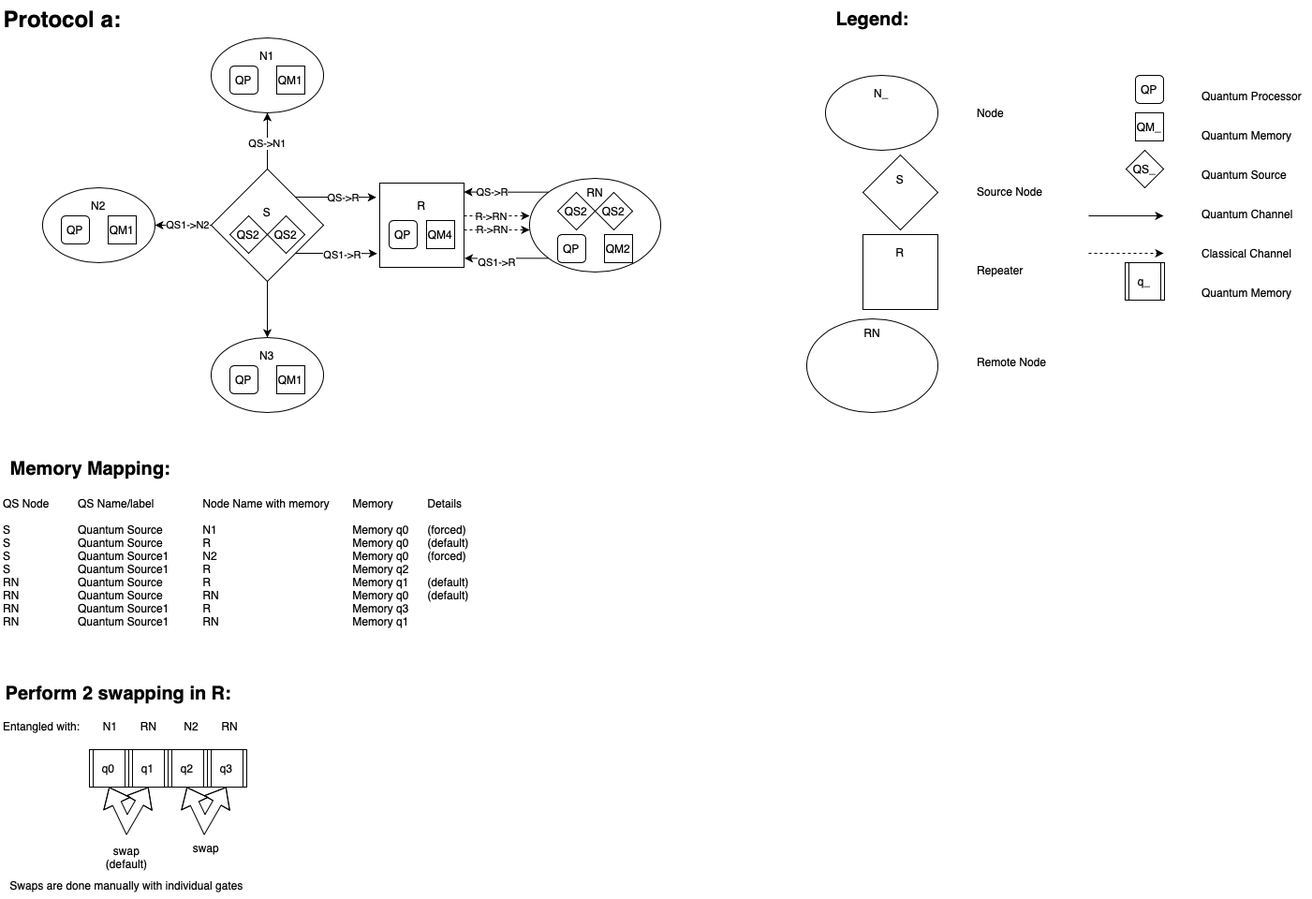
This is docs/protocol-a.drawio.png from 4coding4/extended-quantum-network, a draw.io export, as it was before one commit. Source tidied: cells renumbered, new cells last; positions are measured from the earlier drawing's top-left corner, leaving out a move shared by most shapes.
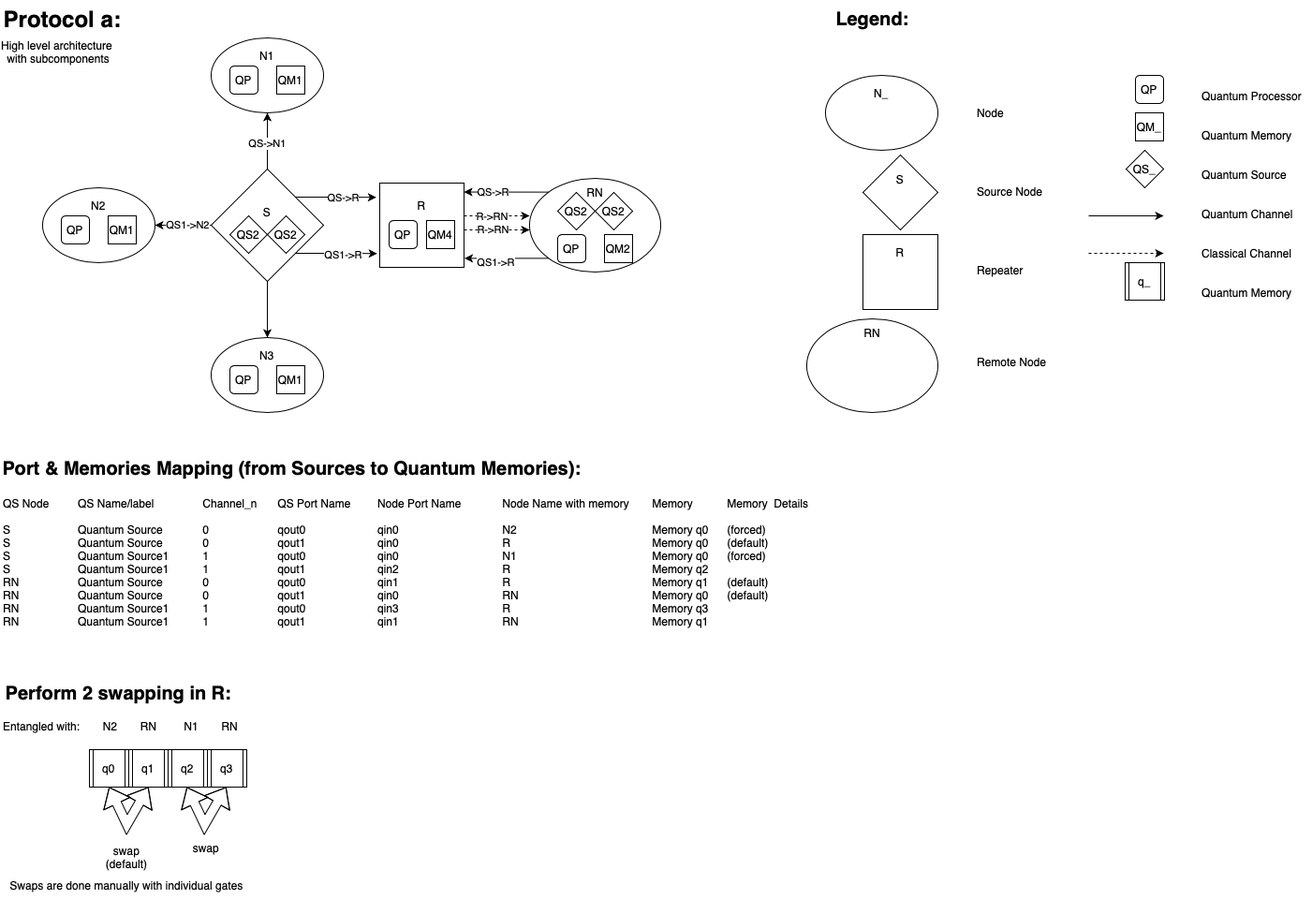
Above is the later version.

Commit message:
Port & Memories Mapping (from Sources to Quantum Memories)

The edit, as a diff of the source:
```diff
@@ -177,9 +177,6 @@
     <mxCell id="52" value="Legend:" style="text;strokeColor=none;fillColor=none;html=1;fontSize=20;fontStyle=1;verticalAlign=middle;align=center;" parent="1" vertex="1">
       <mxGeometry x="881" width="100" height="40" as="geometry" />
     </mxCell>
-    <mxCell id="53" value="Memory Mapping:" style="text;strokeColor=none;fillColor=none;html=1;fontSize=20;fontStyle=1;verticalAlign=middle;align=center;" parent="1" vertex="1">
-      <mxGeometry x="1" y="480" width="190" height="40" as="geometry" />
-    </mxCell>
     <mxCell id="54" value="Perform 2 swapping in R:" style="text;strokeColor=none;fillColor=none;html=1;fontSize=20;fontStyle=1;verticalAlign=middle;align=center;" parent="1" vertex="1">
       <mxGeometry x="1" y="720" width="250" height="40" as="geometry" />
     </mxCell>
@@ -223,11 +220,17 @@
     <mxCell id="64" value="Swaps are done manually with individual gates" style="text;html=1;align=center;verticalAlign=middle;whiteSpace=wrap;rounded=0;" parent="1" vertex="1">
       <mxGeometry y="930" width="270" height="30" as="geometry" />
     </mxCell>
-    <mxCell id="65" value="&lt;div&gt;QS Node&lt;span style=&quot;white-space: pre;&quot;&gt;&#9;&#9;QS Name/label&#9;&#9;Node Name with memory&#9;Memory&#9;&#9;Details&lt;/span&gt;&lt;br&gt;&lt;/div&gt;&lt;div&gt;&lt;span style=&quot;white-space: pre;&quot;&gt;&lt;br&gt;&lt;/span&gt;&lt;/div&gt;S&lt;span style=&quot;white-space: pre;&quot;&gt;&#9;&lt;/span&gt;&lt;span style=&quot;white-space: pre;&quot;&gt;&#9;&lt;/span&gt;&lt;span style=&quot;white-space: pre;&quot;&gt;&#9;Quantum Source&lt;span style=&quot;white-space: pre;&quot;&gt;&#9;&lt;/span&gt;&lt;span style=&quot;white-space: pre;&quot;&gt;&#9;&lt;/span&gt;&lt;span style=&quot;white-space: pre;&quot;&gt;N1 &lt;span style=&quot;white-space: pre;&quot;&gt;&#9;&lt;span style=&quot;white-space: pre;&quot;&gt;&#9;&lt;span style=&quot;white-space: pre;&quot;&gt;&#9;&lt;/span&gt;&lt;span style=&quot;white-space: pre;&quot;&gt;&#9;&lt;/span&gt;&lt;span style=&quot;white-space: pre;&quot;&gt;&#9;&lt;/span&gt;&lt;span style=&quot;white-space: pre;&quot;&gt;&#9;&lt;/span&gt;&lt;/span&gt;&lt;/span&gt;Memory q0 &lt;span style=&quot;white-space: pre;&quot;&gt;&#9;&lt;/span&gt;(forced)&lt;br&gt;&lt;/span&gt;&lt;/span&gt;&lt;div&gt;S&lt;span style=&quot;white-space: pre;&quot;&gt;&#9;&lt;/span&gt;&lt;span style=&quot;white-space: pre;&quot;&gt;&#9;&lt;/span&gt;&lt;span style=&quot;white-space: pre;&quot;&gt;&#9;Quantum Source&#9;&#9;R&lt;span style=&quot;white-space: pre;&quot;&gt;&#9;&lt;/span&gt;&lt;/span&gt;&lt;span style=&quot;white-space: pre;&quot;&gt;&lt;span style=&quot;white-space: pre;&quot;&gt; &lt;span style=&quot;white-space: pre;&quot;&gt;&#9;&lt;span style=&quot;white-space: pre;&quot;&gt;&#9;&lt;/span&gt;&lt;span style=&quot;white-space: pre;&quot;&gt;&#9;&lt;/span&gt;&lt;span style=&quot;white-space: pre;&quot;&gt;&#9;&lt;/span&gt;&lt;span style=&quot;white-space: pre;&quot;&gt;&#9;&lt;/span&gt;&lt;/span&gt;Memory q0  &lt;span style=&quot;white-space: pre;&quot;&gt;&#9;&lt;/span&gt;(default)&lt;/span&gt;&lt;/span&gt;&lt;/div&gt;&lt;div&gt;S&lt;span style=&quot;white-space: pre;&quot;&gt;&#9;&lt;/span&gt;&lt;span style=&quot;white-space: pre;&quot;&gt;&#9;&lt;/span&gt;&lt;span style=&quot;white-space: pre;&quot;&gt;&#9;Quantum Source1&#9;&#9;N2 &#9;&lt;span style=&quot;white-space: pre;&quot;&gt;&#9;&lt;span style=&quot;white-space: pre;&quot;&gt;&#9;&lt;/span&gt;&lt;span style=&quot;white-space: pre;&quot;&gt;&#9;&lt;/span&gt;&lt;span style=&quot;white-space: pre;&quot;&gt;&#9;&lt;/span&gt;&lt;span style=&quot;white-space: pre;&quot;&gt;&#9;&lt;/span&gt;&lt;/span&gt;Memory q0 &#9;(forced)&lt;br&gt;&lt;/span&gt;&lt;div&gt;S&lt;span style=&quot;white-space: pre;&quot;&gt;&#9;&lt;/span&gt;&lt;span style=&quot;white-space: pre;&quot;&gt;&#9;&lt;/span&gt;&lt;span style=&quot;white-space: pre;&quot;&gt;&#9;Quantum Source1&#9;&#9;R&#9;&lt;/span&gt;&lt;span style=&quot;white-space: pre;&quot;&gt; &lt;span style=&quot;white-space: pre;&quot;&gt;&#9;&lt;span style=&quot;white-space: pre;&quot;&gt;&#9;&lt;/span&gt;&lt;span style=&quot;white-space: pre;&quot;&gt;&#9;&lt;/span&gt;&lt;span style=&quot;white-space: pre;&quot;&gt;&#9;&lt;/span&gt;&lt;span style=&quot;white-space: pre;&quot;&gt;&#9;&lt;/span&gt;&lt;/span&gt;Memory q2 &lt;span style=&quot;white-space: pre;&quot;&gt;&#9;&lt;/span&gt;&lt;/span&gt;&lt;/div&gt;&lt;/div&gt;&lt;div&gt;RN&lt;span style=&quot;white-space: pre;&quot;&gt;&#9;&lt;/span&gt;&lt;span style=&quot;white-space: pre;&quot;&gt;&#9;&lt;/span&gt;&lt;span style=&quot;white-space: pre;&quot;&gt;&#9;Quantum Source&#9;&#9;R &#9;&lt;span style=&quot;white-space: pre;&quot;&gt;&#9;&lt;span style=&quot;white-space: pre;&quot;&gt;&#9;&lt;/span&gt;&lt;span style=&quot;white-space: pre;&quot;&gt;&#9;&lt;/span&gt;&lt;span style=&quot;white-space: pre;&quot;&gt;&#9;&lt;/span&gt;&lt;span style=&quot;white-space: pre;&quot;&gt;&#9;&lt;/span&gt;&lt;/span&gt;Memory q1 &#9;(default)&lt;br&gt;&lt;/span&gt;&lt;div&gt;RN&lt;span style=&quot;white-space: pre;&quot;&gt;&#9;&lt;/span&gt;&lt;span style=&quot;white-space: pre;&quot;&gt;&#9;&lt;/span&gt;&lt;span style=&quot;white-space: pre;&quot;&gt;&#9;Quantum Source&#9;&#9;RN&#9;&lt;/span&gt;&lt;span style=&quot;white-space: pre;&quot;&gt; &lt;span style=&quot;white-space: pre;&quot;&gt;&#9;&lt;span style=&quot;white-space: pre;&quot;&gt;&#9;&lt;/span&gt;&lt;span style=&quot;white-space: pre;&quot;&gt;&#9;&lt;/span&gt;&lt;span style=&quot;white-space: pre;&quot;&gt;&#9;&lt;/span&gt;&lt;span style=&quot;white-space: pre;&quot;&gt;&#9;&lt;/span&gt;&lt;/span&gt;Memory q0  &#9;(default)&lt;/span&gt;&lt;/div&gt;&lt;div&gt;RN&lt;span style=&quot;white-space: pre;&quot;&gt;&#9;&lt;/span&gt;&lt;span style=&quot;white-space: pre;&quot;&gt;&#9;&lt;/span&gt;&lt;span style=&quot;white-space: pre;&quot;&gt;&#9;Quantum Source1&#9;&#9;R &#9;&lt;span style=&quot;white-space: pre;&quot;&gt;&#9;&lt;span style=&quot;white-space: pre;&quot;&gt;&#9;&lt;/span&gt;&lt;span style=&quot;white-space: pre;&quot;&gt;&#9;&lt;/span&gt;&lt;span style=&quot;white-space: pre;&quot;&gt;&#9;&lt;/span&gt;&lt;span style=&quot;white-space: pre;&quot;&gt;&#9;&lt;/span&gt;&lt;/span&gt;Memory q3&#9;&lt;br&gt;&lt;/span&gt;&lt;div&gt;RN&lt;span style=&quot;white-space: pre;&quot;&gt;&#9;&lt;/span&gt;&lt;span style=&quot;white-space: pre;&quot;&gt;&#9;&lt;/span&gt;&lt;span style=&quot;white-space: pre;&quot;&gt;&#9;Quantum Source1&#9;&#9;RN&#9;&lt;/span&gt;&lt;span style=&quot;white-space: pre;&quot;&gt; &lt;span style=&quot;white-space: pre;&quot;&gt;&#9;&lt;span style=&quot;white-space: pre;&quot;&gt;&#9;&lt;/span&gt;&lt;span style=&quot;white-space: pre;&quot;&gt;&#9;&lt;/span&gt;&lt;span style=&quot;white-space: pre;&quot;&gt;&#9;&lt;/span&gt;&lt;span style=&quot;white-space: pre;&quot;&gt;&#9;&lt;/span&gt;&lt;/span&gt;Memory q1 &#9;&lt;/span&gt;&lt;/div&gt;&lt;/div&gt;&lt;/div&gt;" style="text;html=1;align=left;verticalAlign=middle;whiteSpace=wrap;rounded=0;" parent="1" vertex="1">
-      <mxGeometry x="1" y="520" width="590" height="160" as="geometry" />
-    </mxCell>
-    <mxCell id="66" value="Entangled with:&lt;span style=&quot;white-space: pre;&quot;&gt;&#9;N1&lt;span style=&quot;white-space: pre;&quot;&gt;&#9;    &lt;/span&gt;&lt;span style=&quot;white-space: pre;&quot;&gt;RN&lt;span style=&quot;white-space: pre;&quot;&gt;&#9;  &lt;/span&gt;&lt;span style=&quot;white-space: pre;&quot;&gt;N2&lt;span style=&quot;white-space: pre;&quot;&gt;&#9;      &lt;/span&gt;&lt;span style=&quot;white-space: pre;&quot;&gt;RN&lt;/span&gt;&lt;span style=&quot;white-space: pre;&quot;&gt;&#9;&lt;/span&gt;&lt;/span&gt;&lt;/span&gt;&lt;/span&gt;" style="text;html=1;align=left;verticalAlign=middle;whiteSpace=wrap;rounded=0;" parent="1" vertex="1">
+    <mxCell id="66" value="Entangled with:&lt;span style=&quot;white-space: pre;&quot;&gt;&#9;N2&lt;span style=&quot;white-space: pre;&quot;&gt;&#9;    &lt;/span&gt;&lt;span style=&quot;white-space: pre;&quot;&gt;RN&lt;span style=&quot;white-space: pre;&quot;&gt;&#9;  &lt;/span&gt;&lt;span style=&quot;white-space: pre;&quot;&gt;N1&lt;span style=&quot;white-space: pre;&quot;&gt;&#9;      &lt;/span&gt;&lt;span style=&quot;white-space: pre;&quot;&gt;RN&lt;/span&gt;&lt;span style=&quot;white-space: pre;&quot;&gt;&#9;&lt;/span&gt;&lt;/span&gt;&lt;/span&gt;&lt;/span&gt;" style="text;html=1;align=left;verticalAlign=middle;whiteSpace=wrap;rounded=0;" parent="1" vertex="1">
       <mxGeometry x="1" y="760" width="320" height="30" as="geometry" />
     </mxCell>
+    <mxCell id="67" value="Port &amp;amp; Memories Mapping (from Sources to Quantum Memories):" style="text;strokeColor=none;fillColor=none;html=1;fontSize=20;fontStyle=1;verticalAlign=middle;align=center;" parent="1" vertex="1">
+      <mxGeometry x="1" y="480" width="620" height="40" as="geometry" />
+    </mxCell>
+    <mxCell id="68" value="&lt;div&gt;QS Node&lt;span style=&quot;white-space: pre;&quot;&gt;&#9;&#9;QS Name/label&#9;&#9;Channel_n&lt;span style=&quot;white-space: pre;&quot;&gt;&#9;&lt;/span&gt;QS Port Name&lt;span style=&quot;white-space: pre;&quot;&gt;&#9;&lt;/span&gt;&lt;span style=&quot;white-space: pre;&quot;&gt;&#9;Node Port Name&lt;/span&gt;&lt;span style=&quot;white-space: pre;&quot;&gt;&#9;&lt;/span&gt;&lt;span style=&quot;white-space: pre;&quot;&gt;&#9;&lt;/span&gt;Node Name with memory&#9;Memory&#9;&#9;&lt;/span&gt;&lt;span style=&quot;white-space: pre;&quot;&gt;Memory  &lt;/span&gt;&lt;span style=&quot;white-space: pre;&quot;&gt;Details&lt;/span&gt;&lt;/div&gt;&lt;div&gt;&lt;span style=&quot;white-space: pre;&quot;&gt;&lt;br&gt;&lt;/span&gt;&lt;/div&gt;S&lt;span style=&quot;white-space: pre;&quot;&gt;&#9;&lt;/span&gt;&lt;span style=&quot;white-space: pre;&quot;&gt;&#9;&lt;/span&gt;&lt;span style=&quot;white-space: pre;&quot;&gt;&#9;Quantum Source&lt;span style=&quot;white-space: pre;&quot;&gt;&#9;&lt;/span&gt;&lt;span style=&quot;white-space: pre;&quot;&gt;&#9;0&lt;span style=&quot;white-space: pre;&quot;&gt;&#9;&lt;/span&gt;&lt;span style=&quot;white-space: pre;&quot;&gt;&#9;&lt;span style=&quot;white-space: pre;&quot;&gt;&#9;qout0&lt;span style=&quot;white-space: pre;&quot;&gt;&#9;&lt;/span&gt;&lt;span style=&quot;white-space: pre;&quot;&gt;&#9;&lt;/span&gt;&lt;span style=&quot;white-space: pre;&quot;&gt;&#9;&lt;/span&gt;&lt;/span&gt;&lt;span style=&quot;white-space: pre;&quot;&gt;qin0&lt;/span&gt;&lt;span style=&quot;white-space: pre;&quot;&gt;&#9;&lt;/span&gt;&lt;span style=&quot;white-space: pre;&quot;&gt;&#9;&lt;/span&gt;&lt;span style=&quot;white-space: pre;&quot;&gt;&#9;&lt;/span&gt;&lt;span style=&quot;white-space: pre;&quot;&gt;&#9;&lt;/span&gt;&lt;span style=&quot;white-space: pre;&quot;&gt;&#9;&lt;/span&gt;&lt;/span&gt;&lt;/span&gt;&lt;span style=&quot;white-space: pre;&quot;&gt;N2 &lt;span style=&quot;white-space: pre;&quot;&gt;&#9;&lt;span style=&quot;white-space: pre;&quot;&gt;&#9;&lt;span style=&quot;white-space: pre;&quot;&gt;&#9;&lt;/span&gt;&lt;span style=&quot;white-space: pre;&quot;&gt;&#9;&lt;/span&gt;&lt;span style=&quot;white-space: pre;&quot;&gt;&#9;&lt;/span&gt;&lt;span style=&quot;white-space: pre;&quot;&gt;&#9;&lt;/span&gt;&lt;/span&gt;&lt;/span&gt;Memory q0 &lt;span style=&quot;white-space: pre;&quot;&gt;&#9;&lt;/span&gt;(forced)&lt;br&gt;&lt;/span&gt;&lt;/span&gt;&lt;div&gt;S&lt;span style=&quot;white-space: pre;&quot;&gt;&#9;&lt;/span&gt;&lt;span style=&quot;white-space: pre;&quot;&gt;&#9;&lt;/span&gt;&lt;span style=&quot;white-space: pre;&quot;&gt;&#9;Quantum Source&#9;&#9;0&lt;span style=&quot;white-space: pre;&quot;&gt;&#9;&lt;/span&gt;&lt;span style=&quot;white-space: pre;&quot;&gt;&#9;&lt;span style=&quot;white-space: pre;&quot;&gt;&#9;&lt;/span&gt;&lt;/span&gt;&lt;/span&gt;&lt;span style=&quot;white-space: pre;&quot;&gt;qout1&lt;/span&gt;&lt;span style=&quot;white-space: pre;&quot;&gt;&#9;&#9;&#9;&lt;/span&gt;&lt;span style=&quot;white-space: pre;&quot;&gt;qin0&lt;/span&gt;&lt;span style=&quot;white-space: pre;&quot;&gt;&#9;&#9;&#9;&#9;&#9;R&#9;&lt;/span&gt;&lt;span style=&quot;white-space: pre;&quot;&gt; &#9;&#9;&#9;&#9;&#9;Memory q0  &#9;(default)&lt;/span&gt;&lt;/div&gt;&lt;div&gt;S&lt;span style=&quot;white-space: pre;&quot;&gt;&#9;&lt;/span&gt;&lt;span style=&quot;white-space: pre;&quot;&gt;&#9;&lt;/span&gt;&lt;span style=&quot;white-space: pre;&quot;&gt;&#9;Quantum Source1&#9;&#9;1&lt;span style=&quot;white-space: pre;&quot;&gt;&#9;&lt;/span&gt;&lt;span style=&quot;white-space: pre;&quot;&gt;&#9;&lt;span style=&quot;white-space: pre;&quot;&gt;&#9;&lt;/span&gt;&lt;/span&gt;&lt;/span&gt;&lt;span style=&quot;white-space: pre;&quot;&gt;qout0&lt;/span&gt;&lt;span style=&quot;white-space: pre;&quot;&gt;&#9;&#9;&#9;&lt;/span&gt;&lt;span style=&quot;white-space: pre;&quot;&gt;qin0&lt;/span&gt;&lt;span style=&quot;white-space: pre;&quot;&gt;&#9;&#9;&#9;&#9;&#9;&lt;/span&gt;&lt;span style=&quot;white-space: pre;&quot;&gt;N1 &#9;&lt;/span&gt;&lt;span style=&quot;white-space: pre;&quot;&gt;&#9;&#9;&#9;&#9;&#9;&lt;/span&gt;&lt;span style=&quot;white-space: pre;&quot;&gt;Memory q0 &#9;(forced)&lt;/span&gt;&lt;/div&gt;&lt;div&gt;&lt;div&gt;S&lt;span style=&quot;white-space: pre;&quot;&gt;&#9;&lt;/span&gt;&lt;span style=&quot;white-space: pre;&quot;&gt;&#9;&lt;/span&gt;&lt;span style=&quot;white-space: pre;&quot;&gt;&#9;Quantum Source1&#9;&#9;1&lt;span style=&quot;white-space: pre;&quot;&gt;&#9;&lt;/span&gt;&lt;span style=&quot;white-space: pre;&quot;&gt;&#9;&lt;span style=&quot;white-space: pre;&quot;&gt;&#9;&lt;/span&gt;&lt;/span&gt;&lt;/span&gt;&lt;span style=&quot;white-space: pre;&quot;&gt;qout1&lt;/span&gt;&lt;span style=&quot;white-space: pre;&quot;&gt;&#9;&#9;&#9;&lt;/span&gt;&lt;span style=&quot;white-space: pre;&quot;&gt;qin2&lt;/span&gt;&lt;span style=&quot;white-space: pre;&quot;&gt;&#9;&#9;&#9;&#9;&#9;R&#9;&lt;/span&gt;&lt;span style=&quot;white-space: pre;&quot;&gt; &#9;&#9;&#9;&#9;&#9;Memory q2 &#9;&lt;/span&gt;&lt;/div&gt;&lt;/div&gt;&lt;div&gt;RN&lt;span style=&quot;white-space: pre;&quot;&gt;&#9;&lt;/span&gt;&lt;span style=&quot;white-space: pre;&quot;&gt;&#9;&lt;/span&gt;&lt;span style=&quot;white-space: pre;&quot;&gt;&#9;Quantum Source&#9;&#9;0&lt;span style=&quot;white-space: pre;&quot;&gt;&#9;&lt;/span&gt;&lt;span style=&quot;white-space: pre;&quot;&gt;&#9;&lt;span style=&quot;white-space: pre;&quot;&gt;&#9;&lt;/span&gt;&lt;/span&gt;&lt;/span&gt;&lt;span style=&quot;white-space: pre;&quot;&gt;qout0&lt;/span&gt;&lt;span style=&quot;white-space: pre;&quot;&gt;&#9;&#9;&#9;&lt;/span&gt;&lt;span style=&quot;white-space: pre;&quot;&gt;qin1&lt;/span&gt;&lt;span style=&quot;white-space: pre;&quot;&gt;&#9;&#9;&#9;&#9;&#9;&lt;/span&gt;&lt;span style=&quot;white-space: pre;&quot;&gt;R &#9;&lt;/span&gt;&lt;span style=&quot;white-space: pre;&quot;&gt;&#9;&#9;&#9;&#9;&#9;&lt;/span&gt;&lt;span style=&quot;white-space: pre;&quot;&gt;Memory q1 &#9;(default)&lt;/span&gt;&lt;/div&gt;&lt;div&gt;&lt;div&gt;RN&lt;span style=&quot;white-space: pre;&quot;&gt;&#9;&lt;/span&gt;&lt;span style=&quot;white-space: pre;&quot;&gt;&#9;&lt;/span&gt;&lt;span style=&quot;white-space: pre;&quot;&gt;&#9;Quantum Source&#9;&#9;0&lt;span style=&quot;white-space: pre;&quot;&gt;&#9;&lt;/span&gt;&lt;span style=&quot;white-space: pre;&quot;&gt;&#9;&lt;span style=&quot;white-space: pre;&quot;&gt;&#9;&lt;/span&gt;&lt;/span&gt;&lt;/span&gt;&lt;span style=&quot;white-space: pre;&quot;&gt;qout1&lt;/span&gt;&lt;span style=&quot;white-space: pre;&quot;&gt;&#9;&#9;&#9;&lt;/span&gt;&lt;span style=&quot;white-space: pre;&quot;&gt;qin0&lt;/span&gt;&lt;span style=&quot;white-space: pre;&quot;&gt;&#9;&#9;&#9;&#9;&#9;RN&#9;&lt;/span&gt;&lt;span style=&quot;white-space: pre;&quot;&gt; &#9;&#9;&#9;&#9;&#9;Memory q0  &#9;(default)&lt;/span&gt;&lt;/div&gt;&lt;div&gt;RN&lt;span style=&quot;white-space: pre;&quot;&gt;&#9;&lt;/span&gt;&lt;span style=&quot;white-space: pre;&quot;&gt;&#9;&lt;/span&gt;&lt;span style=&quot;white-space: pre;&quot;&gt;&#9;Quantum Source1&#9;&#9;1&lt;span style=&quot;white-space: pre;&quot;&gt;&#9;&lt;/span&gt;&lt;span style=&quot;white-space: pre;&quot;&gt;&#9;&lt;span style=&quot;white-space: pre;&quot;&gt;&#9;&lt;/span&gt;&lt;/span&gt;&lt;/span&gt;&lt;span style=&quot;white-space: pre;&quot;&gt;qout0&lt;/span&gt;&lt;span style=&quot;white-space: pre;&quot;&gt;&#9;&#9;&#9;&lt;/span&gt;&lt;span style=&quot;white-space: pre;&quot;&gt;qin3&lt;/span&gt;&lt;span style=&quot;white-space: pre;&quot;&gt;&#9;&#9;&#9;&#9;&#9;&lt;/span&gt;&lt;span style=&quot;white-space: pre;&quot;&gt;R &#9;&lt;/span&gt;&lt;span style=&quot;white-space: pre;&quot;&gt;&#9;&#9;&#9;&#9;&#9;&lt;/span&gt;&lt;span style=&quot;white-space: pre;&quot;&gt;Memory q3&#9;&lt;/span&gt;&lt;/div&gt;&lt;div&gt;&lt;div&gt;RN&lt;span style=&quot;white-space: pre;&quot;&gt;&#9;&lt;/span&gt;&lt;span style=&quot;white-space: pre;&quot;&gt;&#9;&lt;/span&gt;&lt;span style=&quot;white-space: pre;&quot;&gt;&#9;Quantum Source1&#9;&#9;1&lt;span style=&quot;white-space: pre;&quot;&gt;&#9;&lt;/span&gt;&lt;span style=&quot;white-space: pre;&quot;&gt;&#9;&lt;span style=&quot;white-space: pre;&quot;&gt;&#9;&lt;/span&gt;&lt;/span&gt;&lt;/span&gt;&lt;span style=&quot;white-space: pre;&quot;&gt;qout1&lt;/span&gt;&lt;span style=&quot;white-space: pre;&quot;&gt;&#9;&#9;&#9;&lt;/span&gt;&lt;span style=&quot;white-space: pre;&quot;&gt;qin1&lt;/span&gt;&lt;span style=&quot;white-space: pre;&quot;&gt;&#9;&#9;&#9;&#9;&#9;RN&#9;&lt;/span&gt;&lt;span style=&quot;white-space: pre;&quot;&gt; &#9;&#9;&#9;&#9;&#9;Memory q1 &#9;&lt;/span&gt;&lt;/div&gt;&lt;/div&gt;&lt;/div&gt;" style="text;html=1;align=left;verticalAlign=middle;whiteSpace=wrap;rounded=0;" parent="1" vertex="1">
+      <mxGeometry x="1" y="520" width="876" height="160" as="geometry" />
+    </mxCell>
+    <mxCell id="69" value="High level architecture &amp;nbsp;with subcomponents" style="text;html=1;align=center;verticalAlign=middle;whiteSpace=wrap;rounded=0;" parent="1" vertex="1">
+      <mxGeometry y="40" width="121" height="30" as="geometry" />
+    </mxCell>
   </root>
 </mxGraphModel>
```
